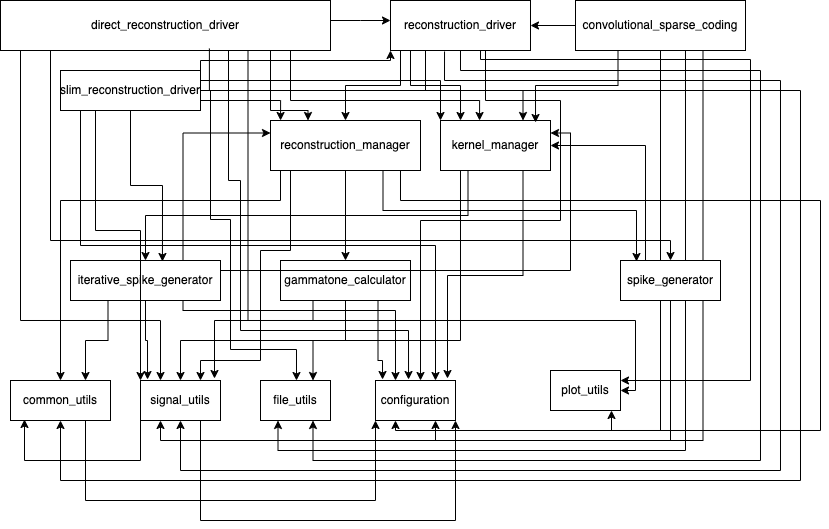
Earlier version of the draw.io export images/dependency_diagram.png (crystalonix/LocallyOptimalSpiking). Source tidied: cells renumbered, new cells last; positions are measured from the earlier drawing's top-left corner, leaving out a move shared by most shapes.
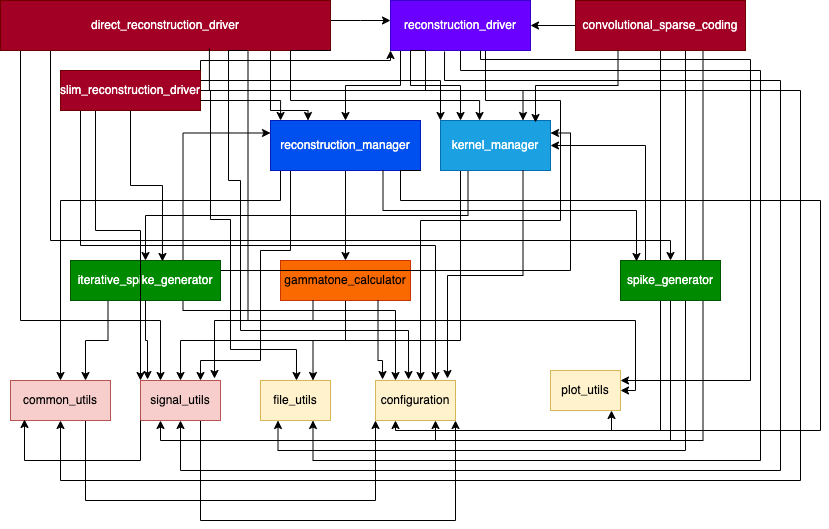
The same file after the commit.

Commit message:
adding dependency diagram in readme modified2

Change to the diagram source:
```diff
@@ -45,7 +45,7 @@
         </Array>
       </mxGeometry>
     </mxCell>
-    <mxCell id="7" value="direct_reconstruction_driver" style="whiteSpace=wrap;html=1;" parent="1" vertex="1">
+    <mxCell id="7" value="direct_reconstruction_driver" style="whiteSpace=wrap;html=1;fillColor=#a20025;fontColor=#ffffff;strokeColor=#6F0000;" parent="1" vertex="1">
       <mxGeometry width="330" height="50" as="geometry" />
     </mxCell>
     <mxCell id="8" style="edgeStyle=orthogonalEdgeStyle;rounded=0;jettySize=auto;html=1;exitX=0;exitY=0.5;exitDx=0;exitDy=0;entryX=1;entryY=0.5;entryDx=0;entryDy=0;" parent="1" edge="1" source="12" target="33">
@@ -70,7 +70,7 @@
         </Array>
       </mxGeometry>
     </mxCell>
-    <mxCell id="12" value="convolutional_sparse_coding" style="whiteSpace=wrap;html=1;" parent="1" vertex="1">
+    <mxCell id="12" value="convolutional_sparse_coding" style="whiteSpace=wrap;html=1;fillColor=#a20025;fontColor=#ffffff;strokeColor=#6F0000;" parent="1" vertex="1">
       <mxGeometry x="575" width="170" height="50" as="geometry" />
     </mxCell>
     <mxCell id="13" style="edgeStyle=orthogonalEdgeStyle;rounded=0;jettySize=auto;html=1;exitX=0.75;exitY=1;exitDx=0;exitDy=0;entryX=0;entryY=1;entryDx=0;entryDy=0;" parent="1" edge="1" source="14" target="16">
@@ -81,22 +81,22 @@
         </Array>
       </mxGeometry>
     </mxCell>
-    <mxCell id="14" value="common_utils" style="whiteSpace=wrap;html=1;" parent="1" vertex="1">
+    <mxCell id="14" value="common_utils" style="whiteSpace=wrap;html=1;fillColor=#f8cecc;strokeColor=#b85450;" parent="1" vertex="1">
       <mxGeometry x="10" y="380" width="100" height="40" as="geometry" />
     </mxCell>
-    <mxCell id="15" value="file_utils" style="whiteSpace=wrap;html=1;" parent="1" vertex="1">
+    <mxCell id="15" value="file_utils" style="whiteSpace=wrap;html=1;fillColor=#fff2cc;strokeColor=#d6b656;" parent="1" vertex="1">
       <mxGeometry x="260" y="380" width="70" height="40" as="geometry" />
     </mxCell>
-    <mxCell id="16" value="configuration" style="whiteSpace=wrap;html=1;" parent="1" vertex="1">
+    <mxCell id="16" value="configuration" style="whiteSpace=wrap;html=1;fillColor=#fff2cc;strokeColor=#d6b656;" parent="1" vertex="1">
       <mxGeometry x="375" y="380" width="80" height="40" as="geometry" />
     </mxCell>
     <mxCell id="17" style="edgeStyle=orthogonalEdgeStyle;rounded=0;jettySize=auto;html=1;exitX=0.5;exitY=1;exitDx=0;exitDy=0;entryX=0.75;entryY=0;entryDx=0;entryDy=0;" parent="1" edge="1" source="18" target="15">
       <mxGeometry relative="1" as="geometry" />
     </mxCell>
-    <mxCell id="18" value="gammatone_calculator" style="whiteSpace=wrap;html=1;" parent="1" vertex="1">
+    <mxCell id="18" value="gammatone_calculator" style="whiteSpace=wrap;html=1;fillColor=#fa6800;fontColor=#000000;strokeColor=#C73500;" parent="1" vertex="1">
       <mxGeometry x="280" y="260" width="130" height="40" as="geometry" />
     </mxCell>
-    <mxCell id="19" value="plot_utils" style="whiteSpace=wrap;html=1;" parent="1" vertex="1">
+    <mxCell id="19" value="plot_utils" style="whiteSpace=wrap;html=1;fillColor=#fff2cc;strokeColor=#d6b656;" parent="1" vertex="1">
       <mxGeometry x="550" y="370" width="70" height="40" as="geometry" />
     </mxCell>
     <mxCell id="20" style="edgeStyle=orthogonalEdgeStyle;rounded=0;jettySize=auto;html=1;exitX=0.25;exitY=1;exitDx=0;exitDy=0;entryX=0.75;entryY=0;entryDx=0;entryDy=0;" parent="1" edge="1" source="24" target="14">
@@ -116,7 +116,7 @@
     <mxCell id="23" style="edgeStyle=orthogonalEdgeStyle;rounded=0;jettySize=auto;html=1;exitX=1;exitY=0.25;exitDx=0;exitDy=0;entryX=1;entryY=0.25;entryDx=0;entryDy=0;" parent="1" edge="1" source="24" target="27">
       <mxGeometry relative="1" as="geometry" />
     </mxCell>
-    <mxCell id="24" value="iterative_spike_generator" style="whiteSpace=wrap;html=1;" parent="1" vertex="1">
+    <mxCell id="24" value="iterative_spike_generator" style="whiteSpace=wrap;html=1;fillColor=#008a00;fontColor=#ffffff;strokeColor=#005700;" parent="1" vertex="1">
       <mxGeometry x="70" y="260" width="150" height="40" as="geometry" />
     </mxCell>
     <mxCell id="25" style="edgeStyle=orthogonalEdgeStyle;rounded=0;jettySize=auto;html=1;exitX=0.25;exitY=1;exitDx=0;exitDy=0;entryX=0.5;entryY=0;entryDx=0;entryDy=0;" parent="1" edge="1" source="27" target="18">
@@ -131,7 +131,7 @@
         </Array>
       </mxGeometry>
     </mxCell>
-    <mxCell id="27" value="kernel_manager" style="whiteSpace=wrap;html=1;" parent="1" vertex="1">
+    <mxCell id="27" value="kernel_manager" style="whiteSpace=wrap;html=1;fillColor=#1ba1e2;fontColor=#ffffff;strokeColor=#006EAF;" parent="1" vertex="1">
       <mxGeometry x="440" y="120" width="110" height="50" as="geometry" />
     </mxCell>
     <mxCell id="28" style="edgeStyle=orthogonalEdgeStyle;rounded=0;orthogonalLoop=1;jettySize=auto;html=1;exitX=0.75;exitY=1;exitDx=0;exitDy=0;" parent="1" edge="1">
@@ -186,7 +186,7 @@
         </Array>
       </mxGeometry>
     </mxCell>
-    <mxCell id="33" value="reconstruction_driver" style="whiteSpace=wrap;html=1;" parent="1" vertex="1">
+    <mxCell id="33" value="reconstruction_driver" style="whiteSpace=wrap;html=1;fillColor=#6a00ff;fontColor=#ffffff;strokeColor=#3700CC;" parent="1" vertex="1">
       <mxGeometry x="390" width="140" height="50" as="geometry" />
     </mxCell>
     <mxCell id="34" style="edgeStyle=orthogonalEdgeStyle;rounded=0;jettySize=auto;html=1;exitX=0.5;exitY=1;exitDx=0;exitDy=0;" parent="1" edge="1" source="37" target="24">
@@ -213,7 +213,7 @@
         </Array>
       </mxGeometry>
     </mxCell>
-    <mxCell id="37" value="reconstruction_manager" style="whiteSpace=wrap;html=1;" parent="1" vertex="1">
+    <mxCell id="37" value="reconstruction_manager" style="whiteSpace=wrap;html=1;fillColor=#0050ef;fontColor=#ffffff;strokeColor=#001DBC;" parent="1" vertex="1">
       <mxGeometry x="270" y="120" width="150" height="50" as="geometry" />
     </mxCell>
     <mxCell id="38" style="edgeStyle=orthogonalEdgeStyle;rounded=0;jettySize=auto;html=1;exitX=0.75;exitY=1;exitDx=0;exitDy=0;entryX=1;entryY=1;entryDx=0;entryDy=0;" parent="1" edge="1" source="39" target="16">
@@ -224,7 +224,7 @@
         </Array>
       </mxGeometry>
     </mxCell>
-    <mxCell id="39" value="signal_utils" style="whiteSpace=wrap;html=1;" parent="1" vertex="1">
+    <mxCell id="39" value="signal_utils" style="whiteSpace=wrap;html=1;fillColor=#f8cecc;strokeColor=#b85450;" parent="1" vertex="1">
       <mxGeometry x="140" y="380" width="80" height="40" as="geometry" />
     </mxCell>
     <mxCell id="40" style="edgeStyle=orthogonalEdgeStyle;rounded=0;jettySize=auto;html=1;exitX=0.25;exitY=1;exitDx=0;exitDy=0;entryX=0;entryY=0;entryDx=0;entryDy=0;" parent="1" edge="1" source="45" target="39">
@@ -258,7 +258,7 @@
         </Array>
       </mxGeometry>
     </mxCell>
-    <mxCell id="45" value="slim_reconstruction_driver" style="whiteSpace=wrap;html=1;" parent="1" vertex="1">
+    <mxCell id="45" value="slim_reconstruction_driver" style="whiteSpace=wrap;html=1;fillColor=#a20025;fontColor=#ffffff;strokeColor=#6F0000;" parent="1" vertex="1">
       <mxGeometry x="60" y="70" width="140" height="40" as="geometry" />
     </mxCell>
     <mxCell id="46" style="edgeStyle=orthogonalEdgeStyle;rounded=0;jettySize=auto;html=1;exitX=0.5;exitY=1;exitDx=0;exitDy=0;entryX=0.75;entryY=1;entryDx=0;entryDy=0;" parent="1" edge="1" source="48" target="16">
@@ -267,7 +267,7 @@
     <mxCell id="47" style="edgeStyle=orthogonalEdgeStyle;rounded=0;jettySize=auto;html=1;exitX=0.25;exitY=0;exitDx=0;exitDy=0;entryX=1;entryY=0.5;entryDx=0;entryDy=0;" parent="1" edge="1" source="48" target="27">
       <mxGeometry relative="1" as="geometry" />
     </mxCell>
-    <mxCell id="48" value="spike_generator" style="whiteSpace=wrap;html=1;" parent="1" vertex="1">
+    <mxCell id="48" value="spike_generator" style="whiteSpace=wrap;html=1;fillColor=#008a00;fontColor=#ffffff;strokeColor=#005700;" parent="1" vertex="1">
       <mxGeometry x="620" y="260" width="100" height="40" as="geometry" />
     </mxCell>
     <mxCell id="49" style="edgeStyle=orthogonalEdgeStyle;rounded=0;jettySize=auto;html=1;entryX=0.657;entryY=0.025;entryDx=0;entryDy=0;entryPerimeter=0;exitX=0.633;exitY=0.96;exitDx=0;exitDy=0;exitPerimeter=0;" parent="1" edge="1" source="7">
```
